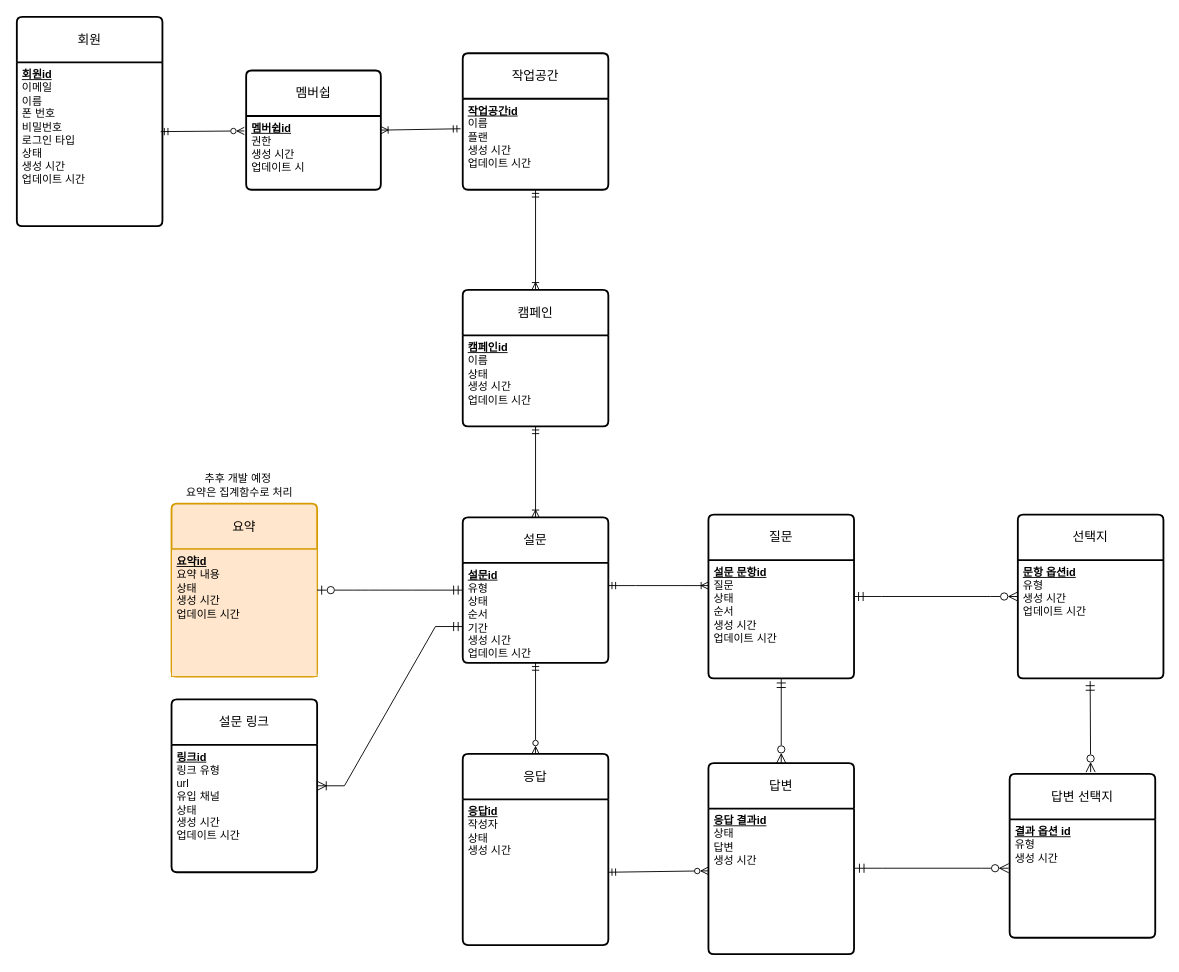
Above: docs/database/conceptual-erd.drawio in lilsooin/insight-platform (draw.io), before the change. Source tidied: cells renumbered, new cells numbered last; positions are measured from the earlier drawing's top-left corner, leaving out a move shared by most shapes. Both pictures are drawn from the tidied source at 91%, with x=0, y=0 at pixel (16, 16).
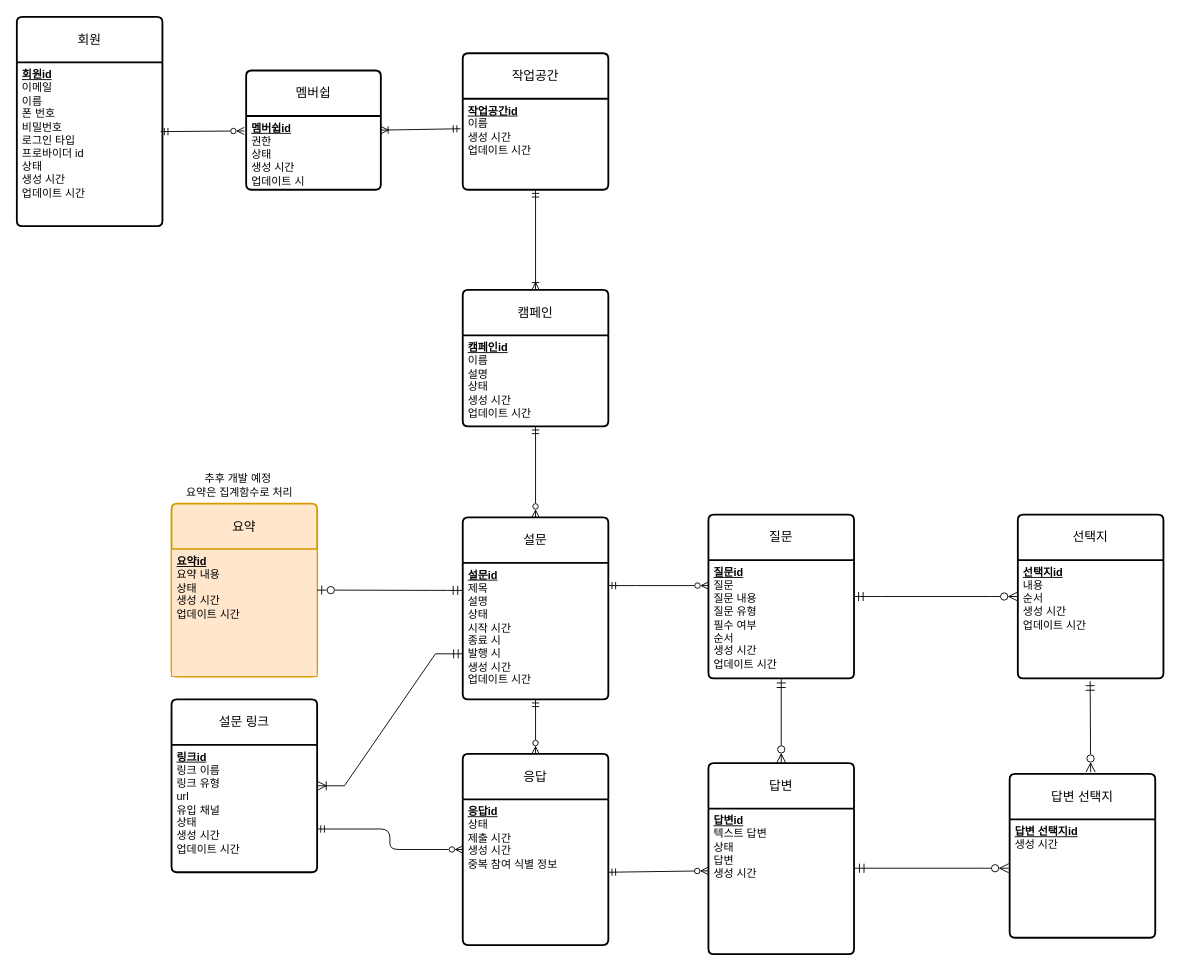
After the change.

Commit message (it also covers changes not shown here):
docs: add initial conceptual ERD 5

Unchanged cells that the change refers to:
```xml
<mxCell id="2" value="회원" style="swimlane;horizontal=1;startSize=50;rounded=1;fontSize=14;fontStyle=0;strokeWidth=2;shadow=0;dashed=0;align=center;arcSize=4;whiteSpace=wrap;html=1;" parent="1" vertex="1">
  <mxGeometry width="160" height="230" as="geometry" />
</mxCell>
<mxCell id="4" value="응답" style="swimlane;horizontal=1;startSize=50;rounded=1;fontSize=14;fontStyle=0;strokeWidth=2;shadow=0;dashed=0;align=center;arcSize=4;whiteSpace=wrap;html=1;" parent="1" vertex="1">
  <mxGeometry x="490" y="810" width="160" height="210" as="geometry" />
</mxCell>
<mxCell id="6" value="캠페인" style="swimlane;horizontal=1;startSize=50;rounded=1;fontSize=14;fontStyle=0;strokeWidth=2;shadow=0;dashed=0;align=center;arcSize=4;whiteSpace=wrap;html=1;" parent="1" vertex="1">
  <mxGeometry x="490" y="300" width="160" height="150" as="geometry" />
</mxCell>
<mxCell id="8" value="질문" style="swimlane;horizontal=1;startSize=50;rounded=1;fontSize=14;fontStyle=0;strokeWidth=2;shadow=0;dashed=0;align=center;arcSize=4;whiteSpace=wrap;html=1;" parent="1" vertex="1">
  <mxGeometry x="760" y="547" width="160" height="180" as="geometry" />
</mxCell>
<mxCell id="10" value="작업공간" style="swimlane;horizontal=1;startSize=50;rounded=1;fontSize=14;fontStyle=0;strokeWidth=2;shadow=0;dashed=0;align=center;arcSize=4;whiteSpace=wrap;html=1;" parent="1" vertex="1">
  <mxGeometry x="490" y="40" width="160" height="150" as="geometry" />
</mxCell>
<mxCell id="18" value="요약" style="swimlane;horizontal=1;startSize=50;rounded=1;fontSize=14;fontStyle=0;strokeWidth=2;shadow=0;dashed=0;align=center;arcSize=4;whiteSpace=wrap;html=1;fillColor=#ffe6cc;strokeColor=#d79b00;" parent="1" vertex="1">
  <mxGeometry x="170" y="535" width="160" height="190" as="geometry" />
</mxCell>
<mxCell id="20" value="답변" style="swimlane;horizontal=1;startSize=50;rounded=1;fontSize=14;fontStyle=0;strokeWidth=2;shadow=0;dashed=0;align=center;arcSize=4;whiteSpace=wrap;html=1;" parent="1" vertex="1">
  <mxGeometry x="760" y="820" width="160" height="210" as="geometry" />
</mxCell>
<mxCell id="23" value="멤버쉽" style="swimlane;horizontal=1;startSize=50;rounded=1;fontSize=14;fontStyle=0;strokeWidth=2;shadow=0;dashed=0;align=center;arcSize=4;whiteSpace=wrap;html=1;" parent="1" vertex="1">
  <mxGeometry x="252" y="59" width="148" height="131" as="geometry" />
</mxCell>
<mxCell id="29" value="선택지" style="swimlane;horizontal=1;startSize=50;rounded=1;fontSize=14;fontStyle=0;strokeWidth=2;shadow=0;dashed=0;align=center;arcSize=4;whiteSpace=wrap;html=1;" parent="1" vertex="1">
  <mxGeometry x="1100" y="547" width="160" height="180" as="geometry" />
</mxCell>
<mxCell id="33" value="답변 선택지" style="swimlane;horizontal=1;startSize=50;rounded=1;fontSize=14;fontStyle=0;strokeWidth=2;shadow=0;dashed=0;align=center;arcSize=4;whiteSpace=wrap;html=1;" parent="1" vertex="1">
  <mxGeometry x="1091" y="832" width="160" height="180" as="geometry" />
</mxCell>
<mxCell id="37" value="설문 링크" style="swimlane;horizontal=1;startSize=50;rounded=1;fontSize=14;fontStyle=0;strokeWidth=2;shadow=0;dashed=0;align=center;arcSize=4;whiteSpace=wrap;html=1;" parent="1" vertex="1">
  <mxGeometry x="170" y="750" width="160" height="190" as="geometry" />
</mxCell>
```

The edit, as a diff of the source:
```diff
@@
-    <mxCell id="3" value="&lt;div&gt;&lt;u&gt;&lt;b&gt;회원id&lt;/b&gt;&lt;/u&gt;&lt;/div&gt;이메일&lt;div&gt;이름&lt;/div&gt;&lt;div&gt;폰 번호&lt;/div&gt;&lt;div&gt;비밀번호&lt;/div&gt;&lt;div&gt;로그인 타입&lt;/div&gt;&lt;div&gt;상태&lt;/div&gt;&lt;div&gt;생성 시간&lt;/div&gt;&lt;div&gt;업데이트 시간&lt;/div&gt;&lt;div&gt;&lt;br&gt;&lt;/div&gt;&lt;div&gt;&lt;br&gt;&lt;/div&gt;" style="align=left;strokeColor=none;fillColor=none;spacingLeft=4;spacingRight=4;fontSize=12;verticalAlign=top;html=1;whiteSpace=wrap;" parent="2" vertex="1">
+    <mxCell id="3" value="&lt;div&gt;&lt;u&gt;&lt;b&gt;회원id&lt;/b&gt;&lt;/u&gt;&lt;/div&gt;이메일&lt;div&gt;이름&lt;/div&gt;&lt;div&gt;폰 번호&lt;/div&gt;&lt;div&gt;비밀번호&lt;/div&gt;&lt;div&gt;로그인 타입&lt;/div&gt;&lt;div&gt;프로바이더 id&lt;/div&gt;&lt;div&gt;상태&lt;/div&gt;&lt;div&gt;생성 시간&lt;/div&gt;&lt;div&gt;업데이트 시간&lt;/div&gt;&lt;div&gt;&lt;br&gt;&lt;/div&gt;&lt;div&gt;&lt;br&gt;&lt;/div&gt;" style="align=left;strokeColor=none;fillColor=none;spacingLeft=4;spacingRight=4;fontSize=12;verticalAlign=top;html=1;whiteSpace=wrap;" parent="2" vertex="1">
       <mxGeometry y="50" width="160" height="180" as="geometry" />
     </mxCell>
@@
-    <mxCell id="5" value="&lt;div&gt;&lt;u&gt;&lt;b&gt;응답id&lt;/b&gt;&lt;/u&gt;&lt;/div&gt;&lt;div&gt;작성자&lt;/div&gt;&lt;div&gt;&lt;div&gt;상태&lt;/div&gt;&lt;div&gt;생성 시간&lt;/div&gt;&lt;div&gt;&lt;br&gt;&lt;/div&gt;&lt;div&gt;&lt;br&gt;&lt;/div&gt;&lt;/div&gt;" style="align=left;strokeColor=none;fillColor=none;spacingLeft=4;spacingRight=4;fontSize=12;verticalAlign=top;html=1;whiteSpace=wrap;" parent="4" vertex="1">
+    <mxCell id="5" value="&lt;div&gt;&lt;u&gt;&lt;b&gt;응답id&lt;/b&gt;&lt;/u&gt;&lt;/div&gt;&lt;div&gt;&lt;div&gt;상태&lt;/div&gt;&lt;div&gt;제출 시간&lt;/div&gt;&lt;div&gt;생성 시간&lt;/div&gt;&lt;div&gt;중복 참여 식별 정보&lt;/div&gt;&lt;div&gt;&lt;br&gt;&lt;/div&gt;&lt;div&gt;&lt;br&gt;&lt;/div&gt;&lt;/div&gt;" style="align=left;strokeColor=none;fillColor=none;spacingLeft=4;spacingRight=4;fontSize=12;verticalAlign=top;html=1;whiteSpace=wrap;" parent="4" vertex="1">
       <mxGeometry y="50" width="160" height="160" as="geometry" />
     </mxCell>
@@
-    <mxCell id="7" value="&lt;div&gt;&lt;u&gt;&lt;b&gt;캠페인id&lt;/b&gt;&lt;/u&gt;&lt;/div&gt;&lt;div&gt;이름&lt;/div&gt;&lt;div&gt;상태&lt;/div&gt;&lt;div&gt;생성 시간&lt;/div&gt;&lt;div&gt;업데이트 시간&lt;/div&gt;&lt;div&gt;&lt;br&gt;&lt;/div&gt;&lt;div&gt;&lt;br&gt;&lt;/div&gt;" style="align=left;strokeColor=none;fillColor=none;spacingLeft=4;spacingRight=4;fontSize=12;verticalAlign=top;html=1;whiteSpace=wrap;" parent="6" vertex="1">
+    <mxCell id="7" value="&lt;div&gt;&lt;u&gt;&lt;b&gt;캠페인id&lt;/b&gt;&lt;/u&gt;&lt;/div&gt;&lt;div&gt;이름&lt;/div&gt;&lt;div&gt;설명&lt;/div&gt;&lt;div&gt;상태&lt;/div&gt;&lt;div&gt;생성 시간&lt;/div&gt;&lt;div&gt;업데이트 시간&lt;/div&gt;&lt;div&gt;&lt;br&gt;&lt;/div&gt;&lt;div&gt;&lt;br&gt;&lt;/div&gt;" style="align=left;strokeColor=none;fillColor=none;spacingLeft=4;spacingRight=4;fontSize=12;verticalAlign=top;html=1;whiteSpace=wrap;" parent="6" vertex="1">
       <mxGeometry y="50" width="160" height="100" as="geometry" />
     </mxCell>
@@
-    <mxCell id="9" value="&lt;div&gt;&lt;u&gt;&lt;b&gt;설문 문항id&lt;/b&gt;&lt;/u&gt;&lt;/div&gt;&lt;div&gt;질문&lt;/div&gt;&lt;div&gt;상태&lt;/div&gt;&lt;div&gt;순서&lt;/div&gt;&lt;div&gt;생성 시간&lt;/div&gt;&lt;div&gt;업데이트 시간&lt;/div&gt;&lt;div&gt;&lt;br&gt;&lt;/div&gt;&lt;div&gt;&lt;br&gt;&lt;/div&gt;" style="align=left;strokeColor=none;fillColor=none;spacingLeft=4;spacingRight=4;fontSize=12;verticalAlign=top;html=1;whiteSpace=wrap;" parent="8" vertex="1">
+    <mxCell id="9" value="&lt;div&gt;&lt;u&gt;&lt;b&gt;질문id&lt;/b&gt;&lt;/u&gt;&lt;/div&gt;&lt;div&gt;질문&lt;/div&gt;&lt;div&gt;질문 내용&lt;/div&gt;&lt;div&gt;질문 유형&lt;/div&gt;&lt;div&gt;필수 여부&lt;/div&gt;&lt;div&gt;순서&lt;/div&gt;&lt;div&gt;생성 시간&lt;/div&gt;&lt;div&gt;업데이트 시간&lt;/div&gt;&lt;div&gt;&lt;br&gt;&lt;/div&gt;&lt;div&gt;&lt;br&gt;&lt;/div&gt;" style="align=left;strokeColor=none;fillColor=none;spacingLeft=4;spacingRight=4;fontSize=12;verticalAlign=top;html=1;whiteSpace=wrap;" parent="8" vertex="1">
       <mxGeometry y="50" width="160" height="130" as="geometry" />
     </mxCell>
@@
-    <mxCell id="11" value="&lt;div&gt;&lt;u&gt;&lt;b&gt;작업공간id&lt;/b&gt;&lt;/u&gt;&lt;/div&gt;&lt;div&gt;&lt;span style=&quot;background-color: transparent; color: light-dark(#000000, var(--ge-light-color, #ffffff));&quot;&gt;이름&lt;/span&gt;&lt;/div&gt;&lt;div&gt;플랜&lt;/div&gt;&lt;div&gt;&lt;div&gt;생성 시간&lt;/div&gt;&lt;div&gt;업데이트 시간&lt;/div&gt;&lt;/div&gt;" style="align=left;strokeColor=none;fillColor=none;spacingLeft=4;spacingRight=4;fontSize=12;verticalAlign=top;html=1;whiteSpace=wrap;" parent="10" vertex="1">
+    <mxCell id="11" value="&lt;div&gt;&lt;u&gt;&lt;b&gt;작업공간id&lt;/b&gt;&lt;/u&gt;&lt;/div&gt;&lt;div&gt;&lt;span style=&quot;background-color: transparent; color: light-dark(#000000, var(--ge-light-color, #ffffff));&quot;&gt;이름&lt;/span&gt;&lt;/div&gt;&lt;div&gt;&lt;div&gt;생성 시간&lt;/div&gt;&lt;div&gt;업데이트 시간&lt;/div&gt;&lt;/div&gt;" style="align=left;strokeColor=none;fillColor=none;spacingLeft=4;spacingRight=4;fontSize=12;verticalAlign=top;html=1;whiteSpace=wrap;" parent="10" vertex="1">
       <mxGeometry y="50" width="160" height="100" as="geometry" />
     </mxCell>
@@
     <mxCell id="13" value="설문" style="swimlane;horizontal=1;startSize=50;rounded=1;fontSize=14;fontStyle=0;strokeWidth=2;shadow=0;dashed=0;align=center;arcSize=4;whiteSpace=wrap;html=1;" parent="1" vertex="1">
-      <mxGeometry x="490" y="550" width="160" height="160" as="geometry" />
+      <mxGeometry x="490" y="550" width="160" height="200" as="geometry" />
     </mxCell>
-    <mxCell id="14" value="&lt;div&gt;&lt;u&gt;&lt;b&gt;설문id&lt;/b&gt;&lt;/u&gt;&lt;/div&gt;유형&lt;br&gt;&lt;div&gt;상태&lt;/div&gt;&lt;div&gt;순서&lt;/div&gt;&lt;div&gt;기간&lt;/div&gt;&lt;div&gt;생성 시간&lt;/div&gt;&lt;div&gt;업데이트 시간&lt;/div&gt;&lt;div&gt;&lt;br&gt;&lt;/div&gt;&lt;div&gt;&lt;br&gt;&lt;/div&gt;" style="align=left;strokeColor=none;fillColor=none;spacingLeft=4;spacingRight=4;fontSize=12;verticalAlign=top;html=1;whiteSpace=wrap;" parent="13" vertex="1">
-      <mxGeometry y="50" width="160" height="110" as="geometry" />
+    <mxCell id="14" value="&lt;div&gt;&lt;u&gt;&lt;b&gt;설문id&lt;/b&gt;&lt;/u&gt;&lt;/div&gt;&lt;div&gt;제목&lt;/div&gt;&lt;div&gt;설명&lt;/div&gt;&lt;div&gt;상태&lt;/div&gt;&lt;div&gt;시작 시간&lt;/div&gt;&lt;div&gt;종료 시&lt;/div&gt;&lt;div&gt;발행 시&lt;/div&gt;&lt;div&gt;생성 시간&lt;/div&gt;&lt;div&gt;업데이트 시간&lt;/div&gt;&lt;div&gt;&lt;br&gt;&lt;/div&gt;&lt;div&gt;&lt;br&gt;&lt;/div&gt;" style="align=left;strokeColor=none;fillColor=none;spacingLeft=4;spacingRight=4;fontSize=12;verticalAlign=top;html=1;whiteSpace=wrap;" parent="13" vertex="1">
+      <mxGeometry y="50" width="160" height="150" as="geometry" />
     </mxCell>
-    <mxCell id="15" style="fontSize=12;html=1;endArrow=ERoneToMany;startArrow=ERmandOne;rounded=0;defaultLabelBackgroundColor=page;exitX=0.5;exitY=1;exitDx=0;exitDy=0;entryX=0.5;entryY=0;entryDx=0;entryDy=0;" parent="1" edge="1" source="6" target="13">
+    <mxCell id="15" style="fontSize=12;html=1;endArrow=ERzeroToMany;startArrow=ERmandOne;rounded=0;defaultLabelBackgroundColor=page;exitX=0.5;exitY=1;exitDx=0;exitDy=0;entryX=0.5;entryY=0;entryDx=0;entryDy=0;endFill=0;" parent="1" edge="1" source="6" target="13">
       <mxGeometry x="0.04" relative="1" as="geometry" />
     </mxCell>
@@
-    <mxCell id="17" style="edgeStyle=entityRelationEdgeStyle;fontSize=12;html=1;endArrow=ERoneToMany;startArrow=ERmandOne;rounded=0;defaultLabelBackgroundColor=page;exitX=1;exitY=0.5;exitDx=0;exitDy=0;" parent="1" edge="1">
+    <mxCell id="17" style="edgeStyle=entityRelationEdgeStyle;fontSize=12;html=1;endArrow=ERzeroToMany;startArrow=ERmandOne;rounded=0;defaultLabelBackgroundColor=page;exitX=1;exitY=0.5;exitDx=0;exitDy=0;endFill=0;" parent="1" edge="1">
       <mxGeometry relative="1" as="geometry">
         <mxPoint x="650" y="625" as="sourcePoint" />
         <mxPoint x="760" y="625" as="targetPoint" />
       </mxGeometry>
     </mxCell>
@@
-    <mxCell id="21" value="&lt;div&gt;&lt;u&gt;&lt;b&gt;응답 결과id&lt;/b&gt;&lt;/u&gt;&lt;/div&gt;&lt;div&gt;&lt;div&gt;상태&lt;/div&gt;&lt;div&gt;답변&lt;/div&gt;&lt;div&gt;생성 시간&lt;/div&gt;&lt;div&gt;&lt;br&gt;&lt;/div&gt;&lt;/div&gt;&lt;div&gt;&lt;div&gt;&lt;br&gt;&lt;/div&gt;&lt;div&gt;&lt;br&gt;&lt;/div&gt;&lt;/div&gt;" style="align=left;strokeColor=none;fillColor=none;spacingLeft=4;spacingRight=4;fontSize=12;verticalAlign=top;html=1;whiteSpace=wrap;" parent="20" vertex="1">
+    <mxCell id="21" value="&lt;div&gt;&lt;u&gt;&lt;b&gt;답변id&lt;/b&gt;&lt;/u&gt;&lt;/div&gt;&lt;div&gt;텍스트 답변&lt;/div&gt;&lt;div&gt;&lt;div&gt;상태&lt;/div&gt;&lt;div&gt;답변&lt;/div&gt;&lt;div&gt;생성 시간&lt;/div&gt;&lt;div&gt;&lt;br&gt;&lt;/div&gt;&lt;/div&gt;&lt;div&gt;&lt;div&gt;&lt;br&gt;&lt;/div&gt;&lt;div&gt;&lt;br&gt;&lt;/div&gt;&lt;/div&gt;" style="align=left;strokeColor=none;fillColor=none;spacingLeft=4;spacingRight=4;fontSize=12;verticalAlign=top;html=1;whiteSpace=wrap;" parent="20" vertex="1">
       <mxGeometry y="50" width="160" height="160" as="geometry" />
     </mxCell>
@@
-    <mxCell id="24" value="&lt;div&gt;&lt;u&gt;&lt;b&gt;멤버쉽id&lt;/b&gt;&lt;/u&gt;&lt;/div&gt;권한&lt;div&gt;&lt;div&gt;생성 시간&lt;/div&gt;&lt;div&gt;업데이트 시&lt;/div&gt;&lt;/div&gt;" style="align=left;strokeColor=none;fillColor=none;spacingLeft=4;spacingRight=4;fontSize=12;verticalAlign=top;html=1;whiteSpace=wrap;" parent="23" vertex="1">
+    <mxCell id="24" value="&lt;div&gt;&lt;u&gt;&lt;b&gt;멤버쉽id&lt;/b&gt;&lt;/u&gt;&lt;/div&gt;권한&lt;div&gt;상태&lt;br&gt;&lt;div&gt;&lt;div&gt;생성 시간&lt;/div&gt;&lt;div&gt;업데이트 시&lt;/div&gt;&lt;/div&gt;&lt;/div&gt;" style="align=left;strokeColor=none;fillColor=none;spacingLeft=4;spacingRight=4;fontSize=12;verticalAlign=top;html=1;whiteSpace=wrap;" parent="23" vertex="1">
       <mxGeometry y="50" width="148" height="81" as="geometry" />
     </mxCell>
@@
-    <mxCell id="28" style="edgeStyle=entityRelationEdgeStyle;fontSize=12;html=1;endArrow=ERmandOne;startArrow=ERzeroToOne;rounded=0;defaultLabelBackgroundColor=page;startSize=8;endSize=8;curved=1;exitX=1;exitY=0.5;exitDx=0;exitDy=0;entryX=0;entryY=0.5;entryDx=0;entryDy=0;startFill=0;" parent="1" edge="1" source="18" target="13">
+    <mxCell id="28" style="edgeStyle=entityRelationEdgeStyle;fontSize=12;html=1;endArrow=ERmandOne;startArrow=ERzeroToOne;rounded=0;defaultLabelBackgroundColor=page;startSize=8;endSize=8;curved=1;exitX=1;exitY=0.5;exitDx=0;exitDy=0;entryX=-0.003;entryY=0.202;entryDx=0;entryDy=0;startFill=0;entryPerimeter=0;" parent="1" edge="1" source="18" target="14">
       <mxGeometry relative="1" as="geometry" />
     </mxCell>
@@
-    <mxCell id="30" value="&lt;div&gt;&lt;u&gt;&lt;b&gt;문항 옵션id&lt;/b&gt;&lt;/u&gt;&lt;/div&gt;&lt;div&gt;유형&lt;/div&gt;&lt;div&gt;생성 시간&lt;/div&gt;&lt;div&gt;업데이트 시간&lt;/div&gt;&lt;div&gt;&lt;br&gt;&lt;/div&gt;&lt;div&gt;&lt;br&gt;&lt;/div&gt;" style="align=left;strokeColor=none;fillColor=none;spacingLeft=4;spacingRight=4;fontSize=12;verticalAlign=top;html=1;whiteSpace=wrap;" parent="29" vertex="1">
+    <mxCell id="30" value="&lt;div&gt;&lt;u&gt;&lt;b&gt;선택지id&lt;/b&gt;&lt;/u&gt;&lt;/div&gt;&lt;div&gt;내용&lt;/div&gt;&lt;div&gt;순서&lt;/div&gt;&lt;div&gt;생성 시간&lt;/div&gt;&lt;div&gt;업데이트 시간&lt;/div&gt;&lt;div&gt;&lt;br&gt;&lt;/div&gt;&lt;div&gt;&lt;br&gt;&lt;/div&gt;" style="align=left;strokeColor=none;fillColor=none;spacingLeft=4;spacingRight=4;fontSize=12;verticalAlign=top;html=1;whiteSpace=wrap;" parent="29" vertex="1">
       <mxGeometry y="50" width="160" height="130" as="geometry" />
     </mxCell>
@@
-    <mxCell id="34" value="&lt;div&gt;&lt;u&gt;&lt;b&gt;결과 옵션 id&lt;/b&gt;&lt;/u&gt;&lt;/div&gt;&lt;div&gt;유형&lt;/div&gt;&lt;div&gt;생성 시간&lt;/div&gt;&lt;div&gt;&lt;br&gt;&lt;/div&gt;&lt;div&gt;&lt;br&gt;&lt;/div&gt;" style="align=left;strokeColor=none;fillColor=none;spacingLeft=4;spacingRight=4;fontSize=12;verticalAlign=top;html=1;whiteSpace=wrap;" parent="33" vertex="1">
+    <mxCell id="34" value="&lt;div&gt;&lt;u&gt;&lt;b&gt;답변 선택지id&lt;/b&gt;&lt;/u&gt;&lt;/div&gt;&lt;div&gt;생성 시간&lt;/div&gt;&lt;div&gt;&lt;br&gt;&lt;/div&gt;&lt;div&gt;&lt;br&gt;&lt;/div&gt;" style="align=left;strokeColor=none;fillColor=none;spacingLeft=4;spacingRight=4;fontSize=12;verticalAlign=top;html=1;whiteSpace=wrap;" parent="33" vertex="1">
       <mxGeometry y="50" width="160" height="130" as="geometry" />
     </mxCell>
@@
-    <mxCell id="38" value="&lt;div&gt;&lt;u&gt;&lt;b&gt;링크id&lt;/b&gt;&lt;/u&gt;&lt;/div&gt;&lt;div&gt;링크 유형&lt;/div&gt;&lt;div&gt;url&lt;/div&gt;&lt;div&gt;유입 채널&lt;/div&gt;&lt;div&gt;상태&lt;/div&gt;&lt;div&gt;생성 시간&lt;/div&gt;&lt;div&gt;업데이트 시간&lt;/div&gt;&lt;div&gt;&lt;br&gt;&lt;/div&gt;&lt;div&gt;&lt;br&gt;&lt;/div&gt;" style="align=left;strokeColor=none;fillColor=none;spacingLeft=4;spacingRight=4;fontSize=12;verticalAlign=top;html=1;whiteSpace=wrap;" parent="37" vertex="1">
+    <mxCell id="38" value="&lt;div&gt;&lt;u&gt;&lt;b&gt;링크id&lt;/b&gt;&lt;/u&gt;&lt;/div&gt;&lt;div&gt;링크 이름&lt;/div&gt;&lt;div&gt;링크 유형&lt;/div&gt;&lt;div&gt;url&lt;/div&gt;&lt;div&gt;유입 채널&lt;/div&gt;&lt;div&gt;상태&lt;/div&gt;&lt;div&gt;생성 시간&lt;/div&gt;&lt;div&gt;업데이트 시간&lt;/div&gt;&lt;div&gt;&lt;br&gt;&lt;/div&gt;&lt;div&gt;&lt;br&gt;&lt;/div&gt;" style="align=left;strokeColor=none;fillColor=none;spacingLeft=4;spacingRight=4;fontSize=12;verticalAlign=top;html=1;whiteSpace=wrap;" parent="37" vertex="1">
       <mxGeometry y="50" width="160" height="140" as="geometry" />
     </mxCell>
@@
+    <mxCell id="43" style="fontSize=12;html=1;endArrow=ERzeroToMany;startArrow=ERmandOne;rounded=1;defaultLabelBackgroundColor=page;exitX=1;exitY=0.75;exitDx=0;exitDy=0;entryX=0;entryY=0.5;entryDx=0;entryDy=0;endFill=0;edgeStyle=orthogonalEdgeStyle;" parent="1" edge="1" source="37" target="4">
+      <mxGeometry x="0.04" relative="1" as="geometry" />
+    </mxCell>
```
